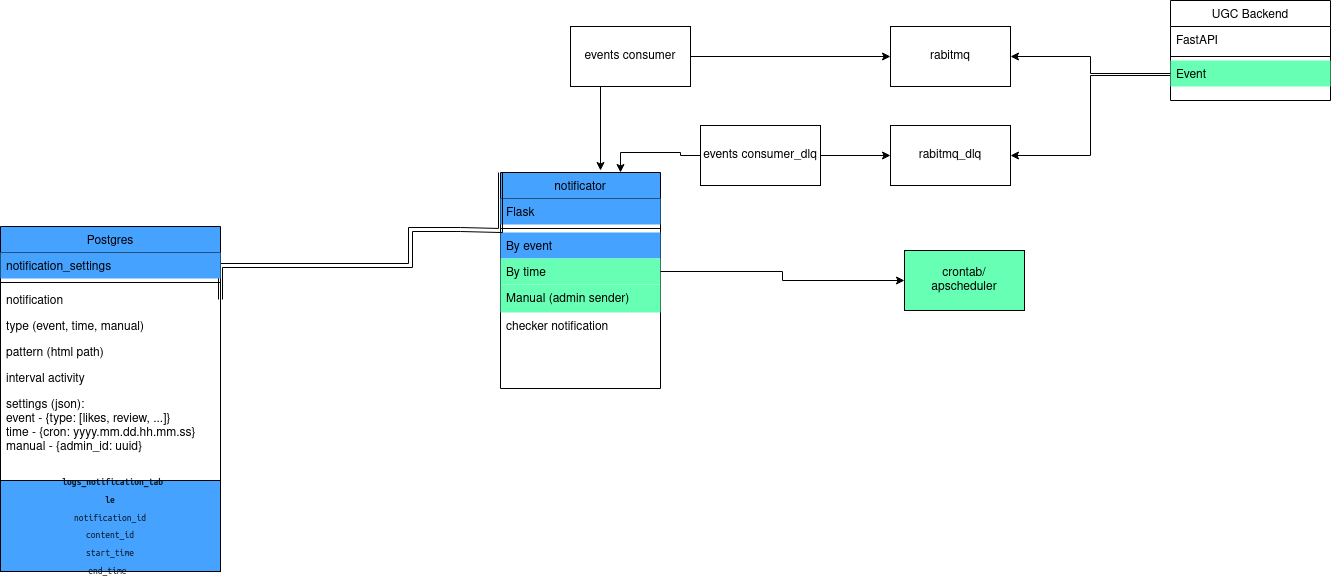
Before: doc/schema_notification.drawio.png, a diagram exported from draw.io (lazgut/ugc_sprint_1). Source tidied: cells renumbered, new cells last; positions are measured from the earlier drawing's top-left corner, leaving out a move shared by most shapes.
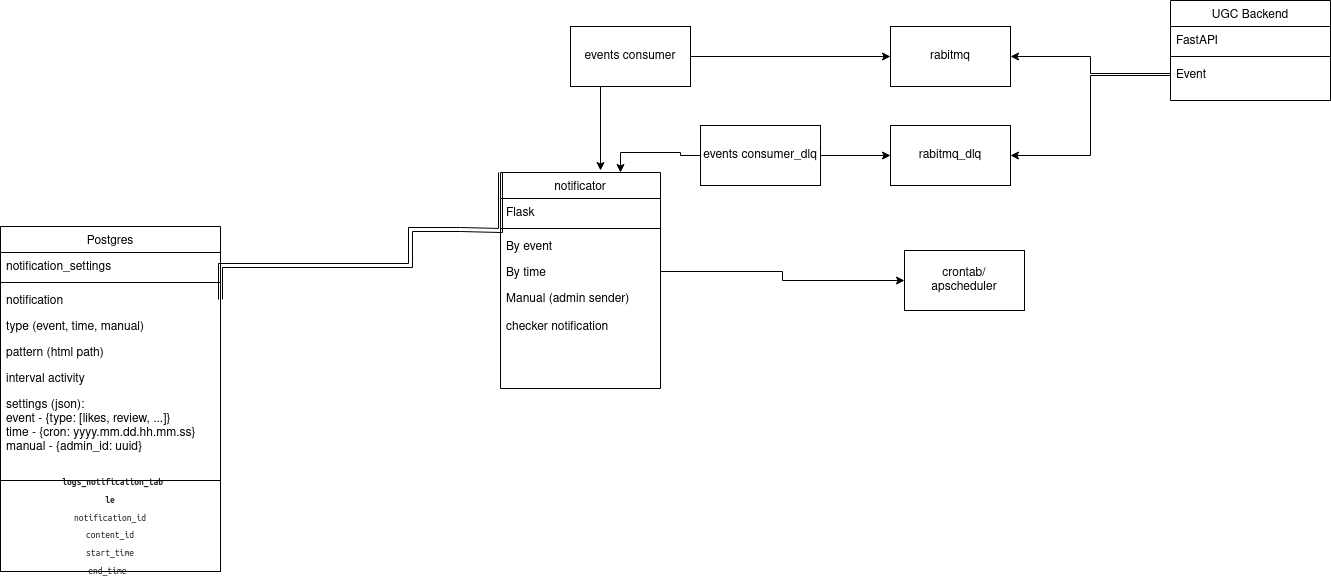
The same diagram one commit later.

Commit message:
Scheme - colors removed.

Diff of the diagram source:
```diff
@@ -2,28 +2,28 @@
   <root>
     <mxCell id="0" />
     <mxCell id="1" parent="0" />
-    <mxCell id="2" value="notificator&#10;" style="swimlane;fontStyle=0;align=center;verticalAlign=top;horizontal=1;startSize=26;rounded=0;shadow=0;strokeWidth=1;fillColor=#45A2FF;" parent="1" vertex="1">
+    <mxCell id="2" value="notificator&#10;" style="swimlane;fontStyle=0;align=center;verticalAlign=top;horizontal=1;startSize=26;rounded=0;shadow=0;strokeWidth=1;fillColor=none;" parent="1" vertex="1">
       <mxGeometry x="500" y="172" width="160" height="216" as="geometry" />
     </mxCell>
-    <mxCell id="3" value="Flask" style="text;align=left;verticalAlign=top;spacingLeft=4;spacingRight=4;overflow=hidden;fillColor=#45A2FF;" parent="2" vertex="1">
+    <mxCell id="3" value="Flask" style="text;align=left;verticalAlign=top;spacingLeft=4;spacingRight=4;overflow=hidden;fillColor=none;" parent="2" vertex="1">
       <mxGeometry y="26" width="160" height="26" as="geometry" />
     </mxCell>
     <mxCell id="4" style="line;html=1;strokeWidth=1;align=left;verticalAlign=middle;spacingTop=-1;spacingLeft=3;spacingRight=3;labelPosition=right;" parent="2" vertex="1">
       <mxGeometry y="52" width="160" height="8" as="geometry" />
     </mxCell>
-    <mxCell id="5" value="By event" style="text;align=left;verticalAlign=top;spacingLeft=4;spacingRight=4;overflow=hidden;fillColor=#45A2FF;" parent="2" vertex="1">
+    <mxCell id="5" value="By event" style="text;align=left;verticalAlign=top;spacingLeft=4;spacingRight=4;overflow=hidden;fillColor=none;" parent="2" vertex="1">
       <mxGeometry y="60" width="160" height="26" as="geometry" />
     </mxCell>
-    <mxCell id="6" value="By time" style="text;align=left;verticalAlign=top;spacingLeft=4;spacingRight=4;overflow=hidden;points=[[0,0.5],[1,0.5]];portConstraint=eastwest;fillColor=#66FFB3;" parent="2" vertex="1">
+    <mxCell id="6" value="By time" style="text;align=left;verticalAlign=top;spacingLeft=4;spacingRight=4;overflow=hidden;points=[[0,0.5],[1,0.5]];portConstraint=eastwest;fillColor=none;" parent="2" vertex="1">
       <mxGeometry y="86" width="160" height="26" as="geometry" />
     </mxCell>
-    <mxCell id="7" value="Manual (admin sender)" style="text;align=left;verticalAlign=top;spacingLeft=4;spacingRight=4;overflow=hidden;fillColor=#66FFB3;" parent="2" vertex="1">
+    <mxCell id="7" value="Manual (admin sender)" style="text;align=left;verticalAlign=top;spacingLeft=4;spacingRight=4;overflow=hidden;fillColor=none;" parent="2" vertex="1">
       <mxGeometry y="112" width="160" height="28" as="geometry" />
     </mxCell>
     <mxCell id="8" value="checker notification" style="text;align=left;verticalAlign=top;spacingLeft=4;spacingRight=4;overflow=hidden;" parent="2" vertex="1">
       <mxGeometry y="140" width="160" height="26" as="geometry" />
     </mxCell>
-    <mxCell id="9" value="crontab/&lt;br&gt;apscheduler" style="rounded=0;whiteSpace=wrap;html=1;fillColor=#66FFB3;" parent="1" vertex="1">
+    <mxCell id="9" value="crontab/&lt;br&gt;apscheduler" style="rounded=0;whiteSpace=wrap;html=1;fillColor=none;" parent="1" vertex="1">
       <mxGeometry x="904" y="250" width="120" height="60" as="geometry" />
     </mxCell>
     <mxCell id="10" style="edgeStyle=orthogonalEdgeStyle;rounded=0;jettySize=auto;html=1;entryX=0;entryY=0.5;entryDx=0;entryDy=0;" parent="1" edge="1" source="6" target="9">
@@ -47,7 +47,7 @@
     <mxCell id="16" style="line;html=1;strokeWidth=1;align=left;verticalAlign=middle;spacingTop=-1;spacingLeft=3;spacingRight=3;labelPosition=right;" parent="14" vertex="1">
       <mxGeometry y="52" width="160" height="8" as="geometry" />
     </mxCell>
-    <mxCell id="17" value="Event" style="text;align=left;verticalAlign=top;spacingLeft=4;spacingRight=4;overflow=hidden;points=[[0,0.5],[1,0.5]];portConstraint=eastwest;fillColor=#66FFB3;" parent="14" vertex="1">
+    <mxCell id="17" value="Event" style="text;align=left;verticalAlign=top;spacingLeft=4;spacingRight=4;overflow=hidden;points=[[0,0.5],[1,0.5]];portConstraint=eastwest;fillColor=none;" parent="14" vertex="1">
       <mxGeometry y="60" width="160" height="26" as="geometry" />
     </mxCell>
     <mxCell id="18" style="edgeStyle=orthogonalEdgeStyle;rounded=0;jettySize=auto;html=1;exitX=0;exitY=0.5;exitDx=0;exitDy=0;entryX=1;entryY=0.5;entryDx=0;entryDy=0;" parent="1" edge="1" source="17" target="11">
@@ -65,10 +65,10 @@
         </Array>
       </mxGeometry>
     </mxCell>
-    <mxCell id="20" value="Postgres" style="swimlane;fontStyle=0;align=center;verticalAlign=top;horizontal=1;startSize=26;rounded=0;shadow=0;strokeWidth=1;fillColor=#45A2FF;" parent="1" vertex="1">
+    <mxCell id="20" value="Postgres" style="swimlane;fontStyle=0;align=center;verticalAlign=top;horizontal=1;startSize=26;rounded=0;shadow=0;strokeWidth=1;fillColor=none;" parent="1" vertex="1">
       <mxGeometry y="226" width="220" height="254" as="geometry" />
     </mxCell>
-    <mxCell id="21" value="notification_settings" style="text;align=left;verticalAlign=top;spacingLeft=4;spacingRight=4;overflow=hidden;fillColor=#45A2FF;" parent="20" vertex="1">
+    <mxCell id="21" value="notification_settings" style="text;align=left;verticalAlign=top;spacingLeft=4;spacingRight=4;overflow=hidden;fillColor=none;" parent="20" vertex="1">
       <mxGeometry y="26" width="220" height="26" as="geometry" />
     </mxCell>
     <mxCell id="22" style="line;html=1;strokeWidth=1;align=left;verticalAlign=middle;spacingTop=-1;spacingLeft=3;spacingRight=3;labelPosition=right;" parent="20" vertex="1">
@@ -89,7 +89,7 @@
     <mxCell id="27" value="settings (json):&#10;event - {type: [likes, review, ...]}&#10;time - {cron: yyyy.mm.dd.hh.mm.ss}&#10;manual - {admin_id: uuid}" style="text;align=left;verticalAlign=top;spacingLeft=4;spacingRight=4;overflow=hidden;" parent="20" vertex="1">
       <mxGeometry y="164" width="220" height="76" as="geometry" />
     </mxCell>
-    <mxCell id="28" value="&lt;code style=&quot;display: inline; box-sizing: border-box; min-width: 1.86em; padding: 0.35em 0.55em; border-radius: 4px; font-family: Menlo, &amp;quot;Ubuntu Mono&amp;quot;, consolas, source-code-pro, monospace; font-size: 0.8em; line-height: 1.86em; color: rgba(0, 0, 0, 0.85); background-color: var(--color-background-alternate); box-shadow: inset 0 0 0 1px var(--color-background-glassy-c); word-break: break-word;&quot; class=&quot;code-inline code-inline_theme_light&quot;&gt;&lt;b&gt;logs_notification_table&lt;/b&gt;&lt;br&gt;notification_id&lt;br&gt;content_id&lt;br&gt;start_time&lt;br&gt;end_time&lt;br&gt;&lt;/code&gt;" style="rounded=0;whiteSpace=wrap;html=1;fillColor=#45A2FF;" parent="1" vertex="1">
+    <mxCell id="28" value="&lt;code style=&quot;display: inline; box-sizing: border-box; min-width: 1.86em; padding: 0.35em 0.55em; border-radius: 4px; font-family: Menlo, &amp;quot;Ubuntu Mono&amp;quot;, consolas, source-code-pro, monospace; font-size: 0.8em; line-height: 1.86em; color: rgba(0, 0, 0, 0.85); background-color: var(--color-background-alternate); box-shadow: inset 0 0 0 1px var(--color-background-glassy-c); word-break: break-word;&quot; class=&quot;code-inline code-inline_theme_light&quot;&gt;&lt;b&gt;logs_notification_table&lt;/b&gt;&lt;br&gt;notification_id&lt;br&gt;content_id&lt;br&gt;start_time&lt;br&gt;end_time&lt;br&gt;&lt;/code&gt;" style="rounded=0;whiteSpace=wrap;html=1;fillColor=none;" parent="1" vertex="1">
       <mxGeometry y="480" width="220" height="91" as="geometry" />
     </mxCell>
     <mxCell id="29" style="edgeStyle=orthogonalEdgeStyle;rounded=0;jettySize=auto;html=1;exitX=0.25;exitY=1;exitDx=0;exitDy=0;" parent="1" edge="1" source="30">
```
